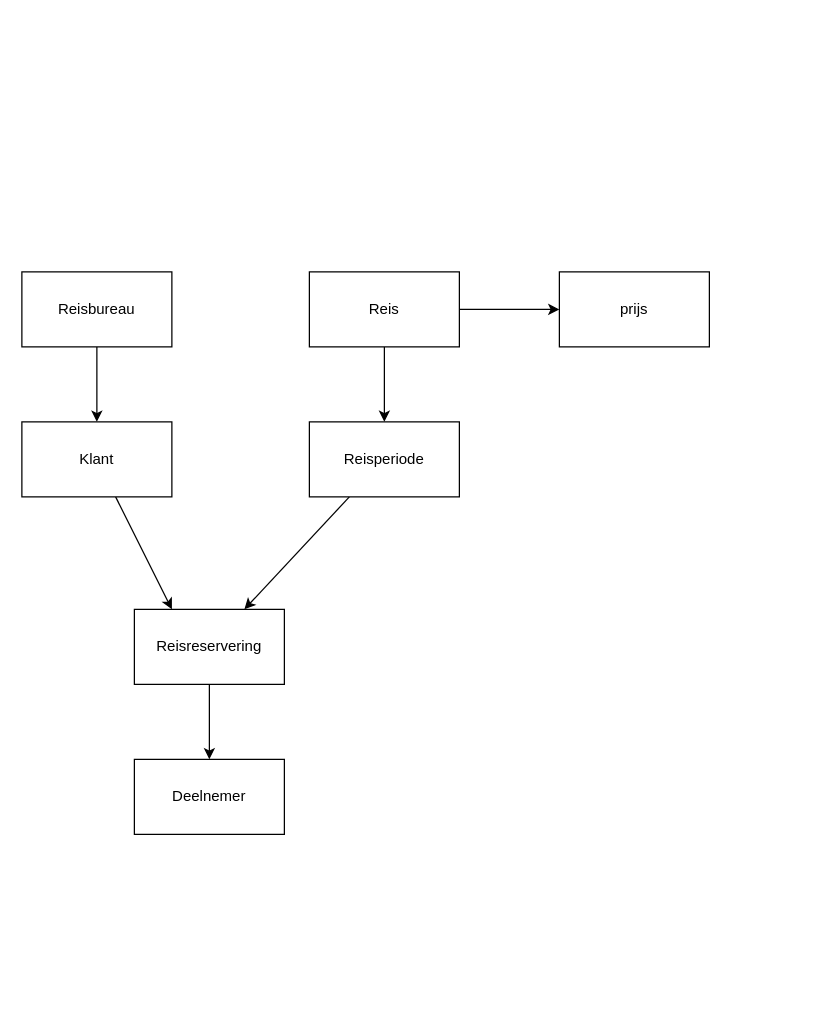
This is 4.drawio from Delanoth/DB_REIS, a draw.io file, before an edit. Source tidied: cells renumbered, new cells numbered last; positions are measured from the earlier drawing's top-left corner, leaving out a move shared by most shapes. Both pictures are drawn from the tidied source at 125%, with x=0, y=0 at pixel (21, 271).
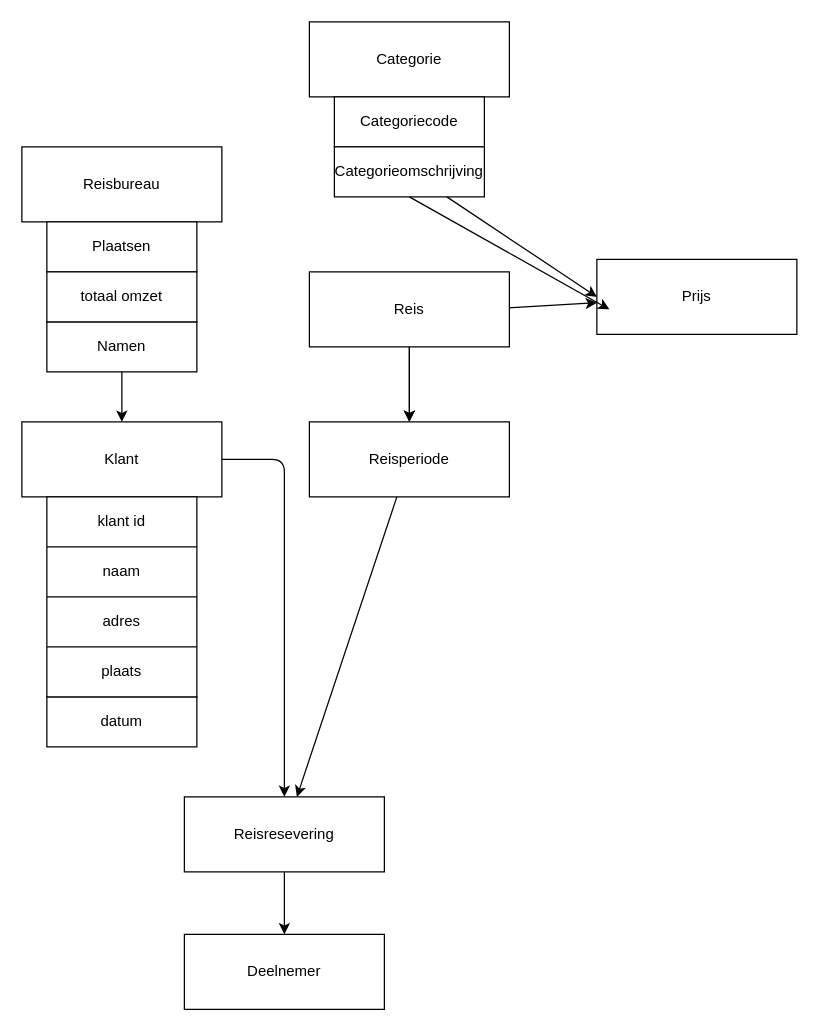
After the change.

What changed in the source:
```diff
@@
-    <mxCell id="2" style="edgeStyle=none;html=1;" parent="1" edge="1" source="3">
-      <mxGeometry relative="1" as="geometry">
-        <mxPoint x="60" y="120" as="targetPoint" />
-      </mxGeometry>
-    </mxCell>
     <mxCell id="3" value="Reisbureau" style="rounded=0;whiteSpace=wrap;html=1;" parent="1" vertex="1">
-      <mxGeometry width="120" height="60" as="geometry" />
+      <mxGeometry y="-100" width="160" height="60" as="geometry" />
     </mxCell>
     <mxCell id="4" style="edgeStyle=none;html=1;" parent="1" edge="1" source="5">
       <mxGeometry relative="1" as="geometry">
-        <mxPoint x="120" y="270" as="targetPoint" />
+        <mxPoint x="140" y="270" as="targetPoint" />
       </mxGeometry>
     </mxCell>
+    <mxCell id="15" style="edgeStyle=none;html=1;entryX=0.5;entryY=0;entryDx=0;entryDy=0;" parent="1" edge="1" source="5">
+      <mxGeometry relative="1" as="geometry">
+        <mxPoint x="210" y="420" as="targetPoint" />
+        <Array as="points">
+          <mxPoint x="210" y="150" />
+        </Array>
+      </mxGeometry>
+    </mxCell>
     <mxCell id="5" value="Klant" style="rounded=0;whiteSpace=wrap;html=1;" parent="1" vertex="1">
-      <mxGeometry y="120" width="120" height="60" as="geometry" />
+      <mxGeometry y="120" width="160" height="60" as="geometry" />
     </mxCell>
-    <mxCell id="6" style="edgeStyle=none;html=1;" parent="1" edge="1" source="7">
-      <mxGeometry relative="1" as="geometry">
-        <mxPoint x="150" y="390" as="targetPoint" />
-      </mxGeometry>
-    </mxCell>
-    <mxCell id="7" value="Reisreservering" style="rounded=0;whiteSpace=wrap;html=1;" parent="1" vertex="1">
-      <mxGeometry x="90" y="270" width="120" height="60" as="geometry" />
-    </mxCell>
-    <mxCell id="8" value="Deelnemer" style="rounded=0;whiteSpace=wrap;html=1;" parent="1" vertex="1">
-      <mxGeometry x="90" y="390" width="120" height="60" as="geometry" />
-    </mxCell>
+    <mxCell id="16" style="edgeStyle=none;html=1;entryX=0.5;entryY=0;entryDx=0;entryDy=0;" parent="1" edge="1">
+      <mxGeometry relative="1" as="geometry">
+        <mxPoint x="210" y="480" as="sourcePoint" />
+        <mxPoint x="210" y="530" as="targetPoint" />
+      </mxGeometry>
+    </mxCell>
-    <mxCell id="9" style="edgeStyle=none;html=1;" parent="1" edge="1" source="11">
+    <mxCell id="9" style="edgeStyle=none;html=1;" parent="1" edge="1">
       <mxGeometry relative="1" as="geometry">
-        <mxPoint x="290" y="120" as="targetPoint" />
+        <mxPoint x="310" y="60" as="sourcePoint" />
+        <mxPoint x="310" y="120" as="targetPoint" />
       </mxGeometry>
     </mxCell>
-    <mxCell id="10" style="edgeStyle=none;html=1;" parent="1" edge="1" source="11" target="14">
-      <mxGeometry relative="1" as="geometry" />
+    <mxCell id="10" style="edgeStyle=none;html=1;" parent="1" edge="1" target="38">
+      <mxGeometry relative="1" as="geometry">
+        <mxPoint x="370" y="30" as="sourcePoint" />
+      </mxGeometry>
     </mxCell>
+    <mxCell id="17" style="edgeStyle=none;html=1;" parent="1" edge="1">
+      <mxGeometry relative="1" as="geometry">
+        <mxPoint x="310" y="60" as="sourcePoint" />
+        <mxPoint x="310" y="120" as="targetPoint" />
+      </mxGeometry>
+    </mxCell>
+    <mxCell id="12" style="edgeStyle=none;html=1;" parent="1" edge="1">
+      <mxGeometry relative="1" as="geometry">
+        <mxPoint x="300" y="180" as="sourcePoint" />
+        <mxPoint x="220" y="420" as="targetPoint" />
+      </mxGeometry>
+    </mxCell>
+    <mxCell id="18" style="edgeStyle=none;html=1;entryX=0.5;entryY=0;entryDx=0;entryDy=0;" parent="1" edge="1" source="19" target="5">
+      <mxGeometry relative="1" as="geometry" />
+    </mxCell>
+    <mxCell id="19" value="Namen" style="rounded=0;whiteSpace=wrap;html=1;" parent="1" vertex="1">
+      <mxGeometry x="20" y="40" width="120" height="40" as="geometry" />
+    </mxCell>
+    <mxCell id="20" value="Plaatsen" style="rounded=0;whiteSpace=wrap;html=1;" parent="1" vertex="1">
+      <mxGeometry x="20" y="-40" width="120" height="40" as="geometry" />
+    </mxCell>
+    <mxCell id="21" style="shape=table;startSize=0;childLayout=tableLayout;" parent="1" vertex="1">
+      <mxGeometry x="20" width="120" height="40" as="geometry" />
+    </mxCell>
+    <mxCell id="22" style="shape=tableRow;horizontal=0;startSize=0;swimlaneHead=0;swimlaneBody=0;top=0;left=0;bottom=0;right=0;fillColor=none;" parent="21" vertex="1">
+      <mxGeometry width="120" height="40" as="geometry" />
+    </mxCell>
+    <mxCell id="23" value="totaal omzet" style="shape=partialRectangle;html=1;whiteSpace=wrap;overflow=hidden;fillColor=none;top=0;left=0;bottom=0;right=0;" parent="22" vertex="1">
+      <mxGeometry width="120" height="40" as="geometry" />
+    </mxCell>
+    <mxCell id="24" style="shape=table;startSize=0;childLayout=tableLayout;" parent="1" vertex="1">
+      <mxGeometry x="20" y="340" width="120" height="40" as="geometry" />
+    </mxCell>
+    <mxCell id="25" style="shape=tableRow;horizontal=0;startSize=0;swimlaneHead=0;swimlaneBody=0;top=0;left=0;bottom=0;right=0;fillColor=none;" parent="24" vertex="1">
+      <mxGeometry width="120" height="40" as="geometry" />
+    </mxCell>
+    <mxCell id="26" value="datum" style="shape=partialRectangle;html=1;whiteSpace=wrap;overflow=hidden;fillColor=none;top=0;left=0;bottom=0;right=0;" parent="25" vertex="1">
+      <mxGeometry width="120" height="40" as="geometry" />
+    </mxCell>
+    <mxCell id="27" style="shape=table;startSize=0;childLayout=tableLayout;" parent="1" vertex="1">
+      <mxGeometry x="20" y="180" width="120" height="160" as="geometry" />
+    </mxCell>
+    <mxCell id="28" style="shape=tableRow;horizontal=0;startSize=0;swimlaneHead=0;swimlaneBody=0;top=0;left=0;bottom=0;right=0;fillColor=none;" parent="27" vertex="1">
+      <mxGeometry width="120" height="40" as="geometry" />
+    </mxCell>
+    <mxCell id="29" value="klant id" style="shape=partialRectangle;html=1;whiteSpace=wrap;overflow=hidden;fillColor=none;top=0;left=0;bottom=0;right=0;" parent="28" vertex="1">
+      <mxGeometry width="120" height="40" as="geometry" />
+    </mxCell>
+    <mxCell id="30" style="shape=tableRow;horizontal=0;startSize=0;swimlaneHead=0;swimlaneBody=0;top=0;left=0;bottom=0;right=0;fillColor=none;" parent="27" vertex="1">
+      <mxGeometry y="40" width="120" height="40" as="geometry" />
+    </mxCell>
+    <mxCell id="31" value="naam" style="shape=partialRectangle;html=1;whiteSpace=wrap;overflow=hidden;fillColor=none;top=0;left=0;bottom=0;right=0;" parent="30" vertex="1">
+      <mxGeometry width="120" height="40" as="geometry" />
+    </mxCell>
+    <mxCell id="32" style="shape=tableRow;horizontal=0;startSize=0;swimlaneHead=0;swimlaneBody=0;top=0;left=0;bottom=0;right=0;fillColor=none;" parent="27" vertex="1">
+      <mxGeometry y="80" width="120" height="40" as="geometry" />
+    </mxCell>
+    <mxCell id="33" value="adres" style="shape=partialRectangle;html=1;whiteSpace=wrap;overflow=hidden;fillColor=none;top=0;left=0;bottom=0;right=0;" parent="32" vertex="1">
+      <mxGeometry width="120" height="40" as="geometry" />
+    </mxCell>
+    <mxCell id="34" style="shape=tableRow;horizontal=0;startSize=0;swimlaneHead=0;swimlaneBody=0;top=0;left=0;bottom=0;right=0;fillColor=none;" parent="27" vertex="1">
+      <mxGeometry y="120" width="120" height="40" as="geometry" />
+    </mxCell>
+    <mxCell id="35" value="plaats" style="shape=partialRectangle;html=1;whiteSpace=wrap;overflow=hidden;fillColor=none;top=0;left=0;bottom=0;right=0;" parent="34" vertex="1">
+      <mxGeometry width="120" height="40" as="geometry" />
+    </mxCell>
+    <mxCell id="36" style="edgeStyle=none;html=1;entryX=0;entryY=0.5;entryDx=0;entryDy=0;exitX=0.75;exitY=1;exitDx=0;exitDy=0;" parent="1" edge="1" source="41" target="38">
+      <mxGeometry relative="1" as="geometry" />
+    </mxCell>
+    <mxCell id="37" value="Categorie" style="rounded=0;whiteSpace=wrap;html=1;" parent="1" vertex="1">
+      <mxGeometry x="230" y="-200" width="160" height="60" as="geometry" />
+    </mxCell>
     <mxCell id="11" value="Reis" style="rounded=0;whiteSpace=wrap;html=1;" parent="1" vertex="1">
-      <mxGeometry x="230" width="120" height="60" as="geometry" />
+      <mxGeometry x="230" width="160" height="60" as="geometry" />
     </mxCell>
-    <mxCell id="12" style="edgeStyle=none;html=1;" parent="1" edge="1" source="13" target="7">
-      <mxGeometry relative="1" as="geometry" />
-    </mxCell>
+    <mxCell id="38" value="Prijs" style="rounded=0;whiteSpace=wrap;html=1;" parent="1" vertex="1">
+      <mxGeometry x="460" y="-10" width="160" height="60" as="geometry" />
+    </mxCell>
     <mxCell id="13" value="Reisperiode" style="rounded=0;whiteSpace=wrap;html=1;" parent="1" vertex="1">
-      <mxGeometry x="230" y="120" width="120" height="60" as="geometry" />
+      <mxGeometry x="230" y="120" width="160" height="60" as="geometry" />
     </mxCell>
-    <mxCell id="14" value="prijs" style="rounded=0;whiteSpace=wrap;html=1;" parent="1" vertex="1">
-      <mxGeometry x="430" width="120" height="60" as="geometry" />
-    </mxCell>
+    <mxCell id="39" value="Reisresevering" style="rounded=0;whiteSpace=wrap;html=1;" parent="1" vertex="1">
+      <mxGeometry x="130" y="420" width="160" height="60" as="geometry" />
+    </mxCell>
+    <mxCell id="8" value="Deelnemer" style="rounded=0;whiteSpace=wrap;html=1;" parent="1" vertex="1">
+      <mxGeometry x="130" y="530" width="160" height="60" as="geometry" />
+    </mxCell>
+    <mxCell id="40" value="Categoriecode" style="rounded=0;whiteSpace=wrap;html=1;" parent="1" vertex="1">
+      <mxGeometry x="250" y="-140" width="120" height="40" as="geometry" />
+    </mxCell>
+    <mxCell id="41" value="Categorieomschrijving" style="rounded=0;whiteSpace=wrap;html=1;" parent="1" vertex="1">
+      <mxGeometry x="250" y="-100" width="120" height="40" as="geometry" />
+    </mxCell>
+    <mxCell id="42" style="edgeStyle=none;html=1;entryX=0;entryY=0.5;entryDx=0;entryDy=0;" parent="1" edge="1">
+      <mxGeometry relative="1" as="geometry">
+        <mxPoint x="310" y="-60" as="sourcePoint" />
+        <mxPoint x="470" y="30" as="targetPoint" />
+        <Array as="points">
+          <mxPoint x="310" y="-60" />
+        </Array>
+      </mxGeometry>
+    </mxCell>
```
